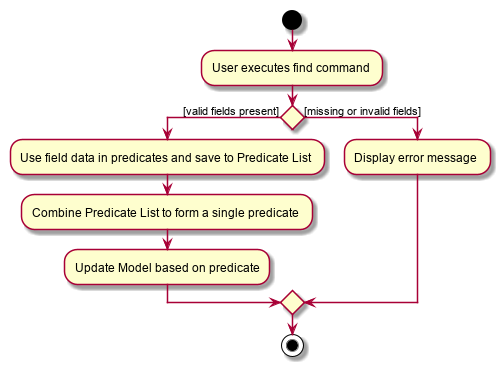
Earlier version of the PlantUML export docs/images/FindActivityDiagram.png (nus-cs2103-AY1920S1/addressbook-level3).
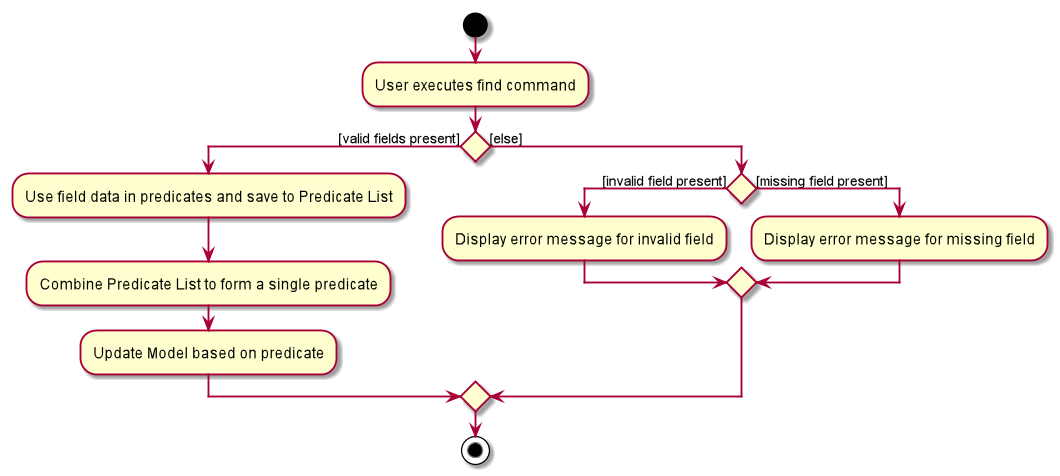
The same diagram one commit later.

What changed in the source:
```diff
@@ -7,8 +7,12 @@
     :Use field data in predicates and save to Predicate List;
     :Combine Predicate List to form a single predicate;
     :Update Model based on predicate;
-else ([missing or invalid fields])
-    :Display error message;
+else ([else])
+ if () then([invalid field present])
+    :Display error message for invalid field;
+ else ([missing field present])
+    :Display error message for missing field;
+ endif
 endif
 stop
 @enduml
```
